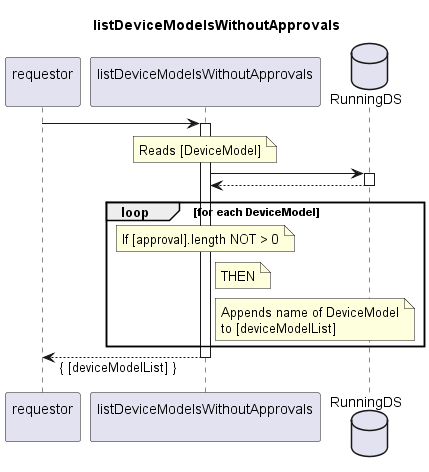
The PlantUML diagram spec/Services/listDeviceModelsWithoutApprovals/1.0.0/listDeviceModelsWithoutApprovals.png in openBackhaul/FirmWareManager, before a commit.
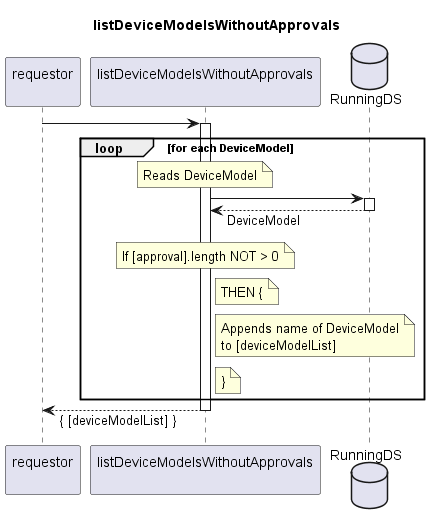
After the commit.

What changed in the source:
```diff
@@ -12,24 +12,26 @@
 requestor -> indServ
 activate indServ
 
+  loop for each DeviceModel
     note over indServ
-      Reads [DeviceModel]
+      Reads DeviceModel
     end note
     indServ -> RunDS
     activate RunDS
-    indServ <-- RunDS
+    indServ <-- RunDS: DeviceModel
     deactivate RunDS
-
-  loop for each DeviceModel
     note over indServ
       If [approval].length NOT > 0
     end note
     note right indServ
-      THEN
+      THEN {
     end note
     note right indServ
       Appends name of DeviceModel
       to [deviceModelList]
+    end note
+    note right indServ
+      }
     end note
   end loop
 
```
